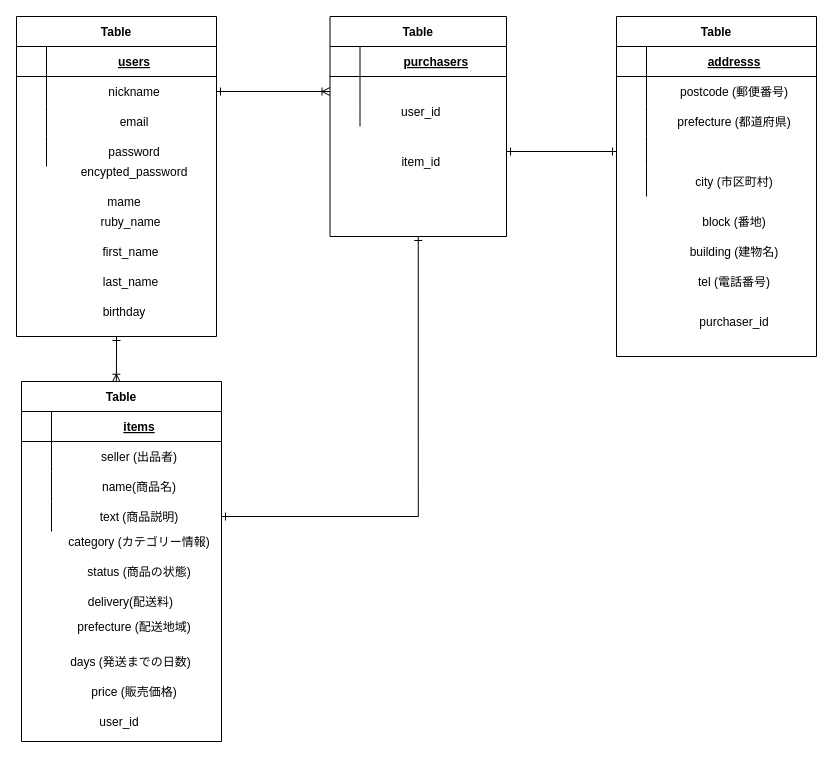
Before: app/views/items/test.dio in haze-yuuji/furima-34802, a draw.io diagram. Source tidied: cells renumbered, new cells numbered last; positions are measured from the earlier drawing's top-left corner, leaving out a move shared by most shapes. Both pictures are drawn from the tidied source at 100%, with x=0, y=0 at pixel (16, 16).
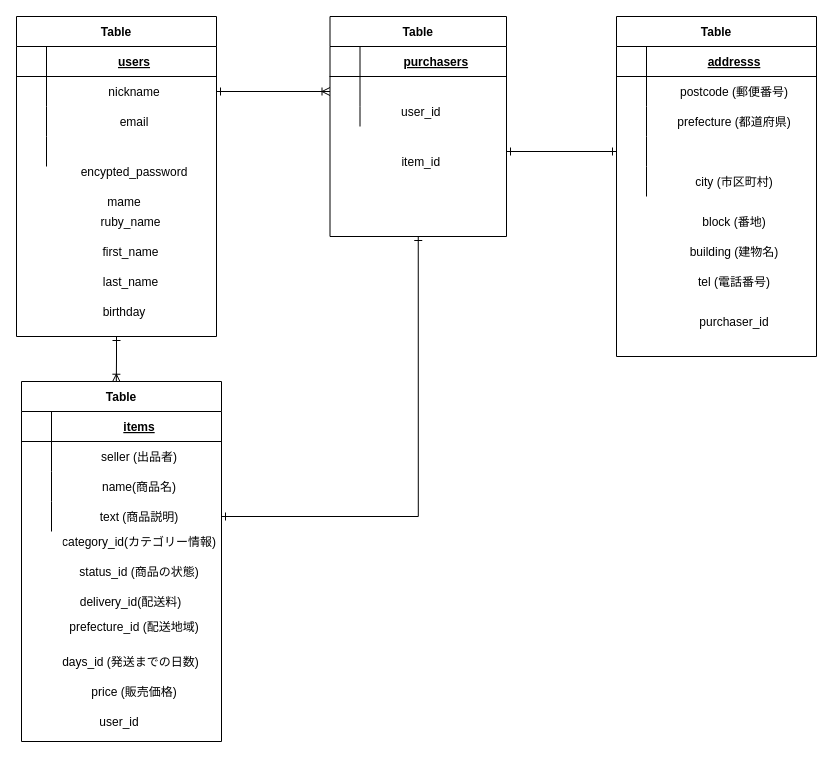
The same diagram, later.

Commit message (it also covers changes not shown here):
データベース設計　再々修正

The change refers to these unchanged cells:
```xml
<mxCell id="13" style="shape=partialRectangle;fillColor=none;top=0;left=0;bottom=0;right=0;" parent="3" vertex="1">
  <mxGeometry y="120" width="200" height="30" as="geometry" />
</mxCell>
```

The edit, as a diff of the source:
```diff
@@
-    <mxCell id="15" value="password" style="shape=partialRectangle;fillColor=none;top=0;left=0;bottom=0;right=0;align=center;spacingLeft=6;overflow=hidden;" parent="13" vertex="1">
+    <mxCell id="15" style="shape=partialRectangle;fillColor=none;top=0;left=0;bottom=0;right=0;align=center;spacingLeft=6;overflow=hidden;" parent="13" vertex="1">
       <mxGeometry x="30" width="170" height="30" as="geometry" />
     </mxCell>
@@
-    <mxCell id="32" value="status (商品の状態)" style="shape=partialRectangle;fillColor=none;top=0;left=0;bottom=0;right=0;align=center;spacingLeft=6;overflow=hidden;" parent="1" vertex="1">
+    <mxCell id="32" value="status_id (商品の状態)" style="shape=partialRectangle;fillColor=none;top=0;left=0;bottom=0;right=0;align=center;spacingLeft=6;overflow=hidden;" parent="1" vertex="1">
       <mxGeometry x="40" y="540" width="160" height="30" as="geometry" />
     </mxCell>
@@
-    <mxCell id="69" value="delivery(配送料)" style="shape=partialRectangle;fillColor=none;top=0;left=0;bottom=0;right=0;align=center;spacingLeft=6;overflow=hidden;" parent="1" vertex="1">
+    <mxCell id="69" value="delivery_id(配送料)" style="shape=partialRectangle;fillColor=none;top=0;left=0;bottom=0;right=0;align=center;spacingLeft=6;overflow=hidden;" parent="1" vertex="1">
       <mxGeometry x="38.2" y="570" width="146.5" height="30" as="geometry" />
     </mxCell>
-    <mxCell id="70" value="prefecture (配送地域)" style="shape=partialRectangle;fillColor=none;top=0;left=0;bottom=0;right=0;align=center;spacingLeft=6;overflow=hidden;" parent="1" vertex="1">
+    <mxCell id="70" value="prefecture_id (配送地域)" style="shape=partialRectangle;fillColor=none;top=0;left=0;bottom=0;right=0;align=center;spacingLeft=6;overflow=hidden;" parent="1" vertex="1">
       <mxGeometry x="41.8" y="600" width="146.5" height="20" as="geometry" />
     </mxCell>
-    <mxCell id="71" value="days (発送までの日数)" style="shape=partialRectangle;fillColor=none;top=0;left=0;bottom=0;right=0;align=center;spacingLeft=6;overflow=hidden;" parent="1" vertex="1">
+    <mxCell id="71" value="days_id (発送までの日数)" style="shape=partialRectangle;fillColor=none;top=0;left=0;bottom=0;right=0;align=center;spacingLeft=6;overflow=hidden;" parent="1" vertex="1">
       <mxGeometry x="31.5" y="630" width="160" height="30" as="geometry" />
     </mxCell>
@@
-    <mxCell id="76" value="category (カテゴリー情報)" style="shape=partialRectangle;fillColor=none;top=0;left=0;bottom=0;right=0;align=center;spacingLeft=6;overflow=hidden;" parent="1" vertex="1">
+    <mxCell id="76" value="category_id(カテゴリー情報)" style="shape=partialRectangle;fillColor=none;top=0;left=0;bottom=0;right=0;align=center;spacingLeft=6;overflow=hidden;" parent="1" vertex="1">
       <mxGeometry x="40" y="510" width="160" height="30" as="geometry" />
     </mxCell>
```
